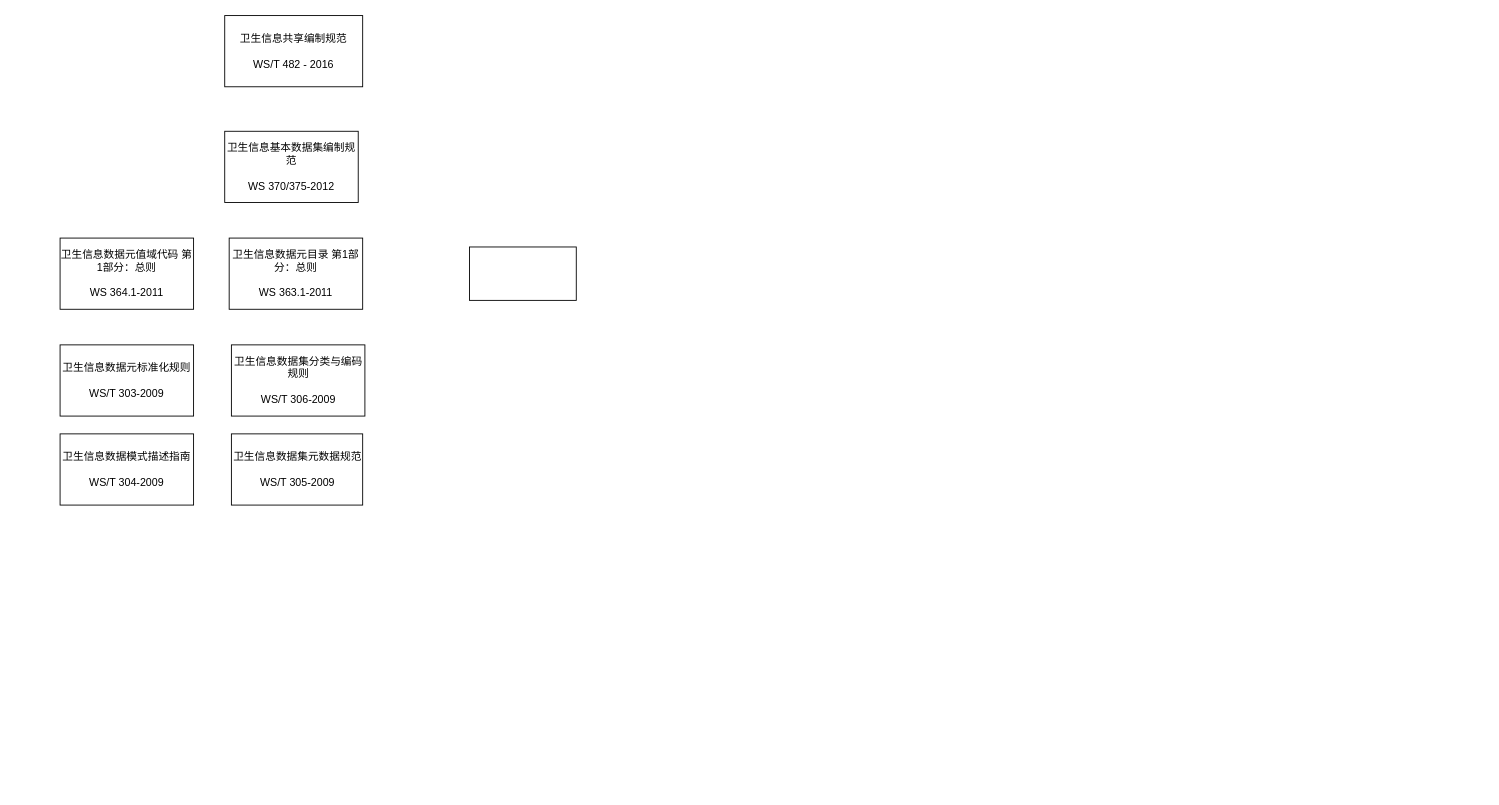
This is page "数据规范梳理" (2 of 2) of healthCloud.drawio from lzdong0714/note, a draw.io file, before an edit. Source tidied: cells renumbered, new cells numbered last; positions are measured from the earlier drawing's top-left corner, leaving out a move shared by most shapes. Both pictures are drawn from the tidied source at 89%, with x=0, y=0 at pixel (60, 15).
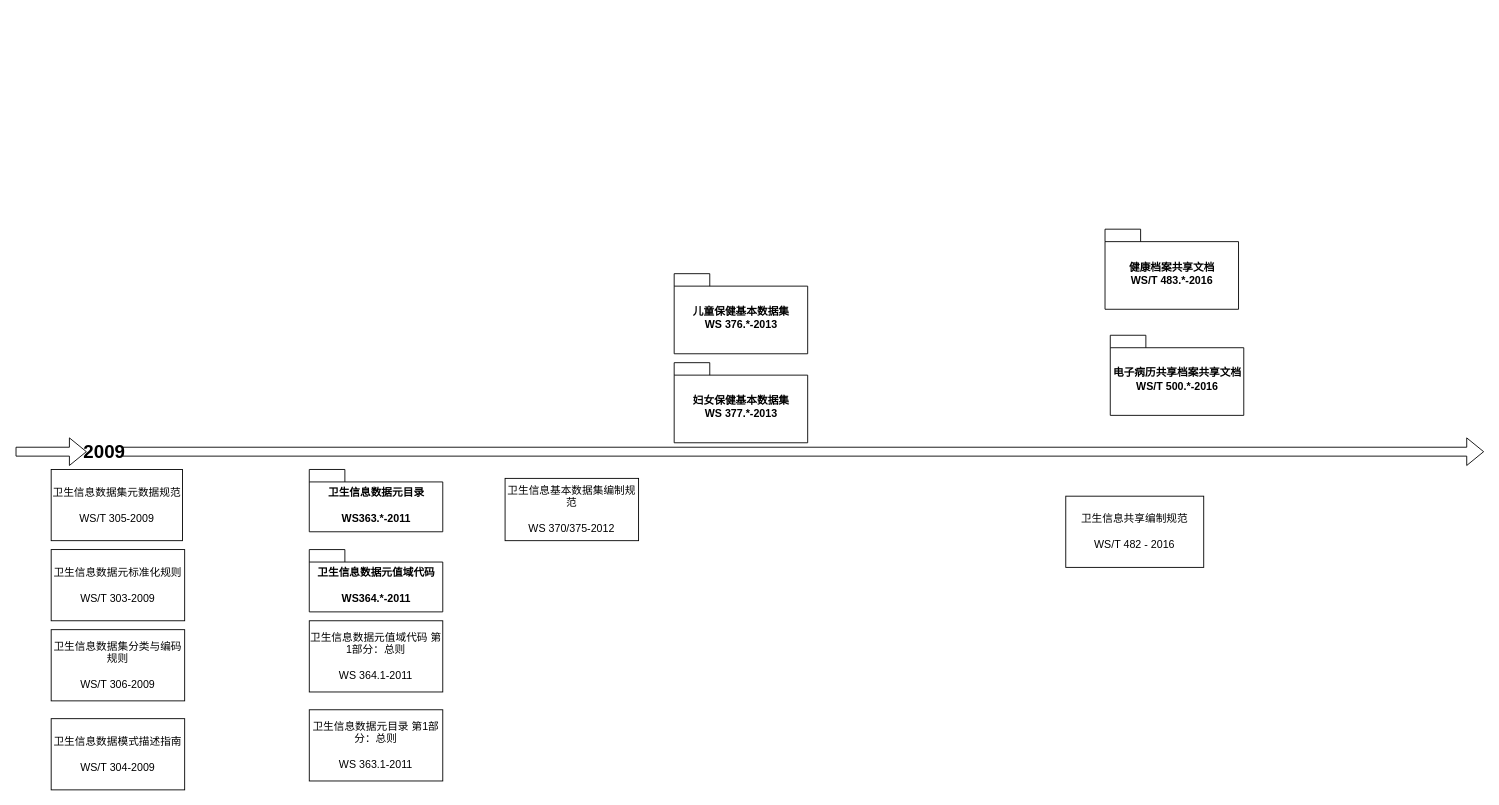
After the change.

Diff of the diagram source:
```diff
@@
     <mxCell id="2" value="卫生信息共享编制规范&lt;br&gt;&lt;br&gt;&lt;span style=&quot;text-align: left ; white-space: nowrap&quot;&gt;WS/T 482 - 2016&lt;/span&gt;" style="rounded=0;whiteSpace=wrap;html=1;" parent="1" vertex="1">
-      <mxGeometry x="185" width="155" height="80" as="geometry" />
+      <mxGeometry x="1130" y="540" width="155" height="80" as="geometry" />
     </mxCell>
     <mxCell id="3" value="卫生信息数据元标准化规则&lt;br&gt;&lt;br&gt;WS/T 303-2009&lt;br&gt;" style="rounded=0;whiteSpace=wrap;html=1;" parent="1" vertex="1">
-      <mxGeometry y="370" width="150" height="80" as="geometry" />
+      <mxGeometry x="-10" y="600" width="150" height="80" as="geometry" />
     </mxCell>
     <mxCell id="4" value="卫生信息数据集分类与编码规则&lt;br&gt;&lt;br&gt;WS/T 306-2009&lt;br&gt;" style="rounded=0;whiteSpace=wrap;html=1;" parent="1" vertex="1">
-      <mxGeometry x="192.5" y="370" width="150" height="80" as="geometry" />
+      <mxGeometry x="-10" y="690" width="150" height="80" as="geometry" />
     </mxCell>
     <mxCell id="5" value="卫生信息数据模式描述指南&lt;br&gt;&lt;br&gt;WS/T 304-2009&lt;br&gt;" style="rounded=0;whiteSpace=wrap;html=1;" parent="1" vertex="1">
-      <mxGeometry y="470" width="150" height="80" as="geometry" />
+      <mxGeometry x="-10" y="790" width="150" height="80" as="geometry" />
     </mxCell>
     <mxCell id="6" value="卫生信息数据集元数据规范&lt;br&gt;&lt;br&gt;WS/T 305-2009" style="rounded=0;whiteSpace=wrap;html=1;" parent="1" vertex="1">
-      <mxGeometry x="192.5" y="470" width="147.5" height="80" as="geometry" />
+      <mxGeometry x="-10" y="510" width="147.5" height="80" as="geometry" />
     </mxCell>
     <mxCell id="7" value="卫生信息数据元值域代码 第1部分：总则&lt;br&gt;&lt;br&gt;WS 364.1-2011" style="rounded=0;whiteSpace=wrap;html=1;" parent="1" vertex="1">
-      <mxGeometry y="250" width="150" height="80" as="geometry" />
+      <mxGeometry x="280" y="680" width="150" height="80" as="geometry" />
     </mxCell>
     <mxCell id="8" value="卫生信息数据元目录 第1部分：总则&lt;br&gt;&lt;br&gt;WS 363.1-2011" style="rounded=0;whiteSpace=wrap;html=1;" parent="1" vertex="1">
-      <mxGeometry x="190" y="250" width="150" height="80" as="geometry" />
+      <mxGeometry x="280" y="780" width="150" height="80" as="geometry" />
     </mxCell>
     <mxCell id="9" value="卫生信息基本数据集编制规范&lt;br&gt;&lt;br&gt;WS 370/375-2012" style="rounded=0;whiteSpace=wrap;html=1;" parent="1" vertex="1">
-      <mxGeometry x="185" y="130" width="150" height="80" as="geometry" />
+      <mxGeometry x="500" y="520" width="150" height="70" as="geometry" />
     </mxCell>
-    <mxCell id="10" style="rounded=0;whiteSpace=wrap;html=1;" parent="1" vertex="1">
-      <mxGeometry x="460" y="260" width="120" height="60" as="geometry" />
-    </mxCell>
+    <mxCell id="11" value="卫生信息数据元值域代码&lt;br&gt;&lt;br&gt;WS364.*-2011" style="shape=folder;fontStyle=1;spacingTop=10;tabWidth=40;tabHeight=14;tabPosition=left;html=1;" parent="1" vertex="1">
+      <mxGeometry x="280" y="600" width="150" height="70" as="geometry" />
+    </mxCell>
+    <mxCell id="12" value="卫生信息数据元目录&lt;br&gt;&lt;br&gt;WS363.*-2011" style="shape=folder;fontStyle=1;spacingTop=10;tabWidth=40;tabHeight=14;tabPosition=left;html=1;" parent="1" vertex="1">
+      <mxGeometry x="280" y="510" width="150" height="70" as="geometry" />
+    </mxCell>
+    <mxCell id="13" value="健康档案共享文档&lt;br&gt;WS/T 483.*-2016" style="shape=folder;fontStyle=1;spacingTop=10;tabWidth=40;tabHeight=14;tabPosition=left;html=1;" parent="1" vertex="1">
+      <mxGeometry x="1174.1" y="240" width="150" height="90" as="geometry" />
+    </mxCell>
+    <mxCell id="14" value="妇女保健基本数据集&lt;br&gt;WS 377.*-2013" style="shape=folder;fontStyle=1;spacingTop=10;tabWidth=40;tabHeight=14;tabPosition=left;html=1;" parent="1" vertex="1">
+      <mxGeometry x="690" y="390" width="150" height="90" as="geometry" />
+    </mxCell>
+    <mxCell id="15" value="儿童保健基本数据集&lt;br&gt;WS 376.*-2013" style="shape=folder;fontStyle=1;spacingTop=10;tabWidth=40;tabHeight=14;tabPosition=left;html=1;" parent="1" vertex="1">
+      <mxGeometry x="690" y="290" width="150" height="90" as="geometry" />
+    </mxCell>
+    <mxCell id="16" value="电子病历共享档案共享文档&lt;br&gt;WS/T 500.*-2016" style="shape=folder;fontStyle=1;spacingTop=10;tabWidth=40;tabHeight=14;tabPosition=left;html=1;" parent="1" vertex="1">
+      <mxGeometry x="1180" y="359.2" width="150" height="90" as="geometry" />
+    </mxCell>
+    <mxCell id="17" style="shape=flexArrow;endArrow=classic;html=1;" parent="1" edge="1" source="18">
+      <mxGeometry relative="1" as="geometry">
+        <mxPoint x="1600" y="490" as="targetPoint" />
+      </mxGeometry>
+    </mxCell>
+    <mxCell id="18" value="&lt;font style=&quot;font-size: 21px&quot;&gt;&lt;b&gt;2009&lt;/b&gt;&lt;/font&gt;" style="text;html=1;strokeColor=none;fillColor=none;align=center;verticalAlign=middle;whiteSpace=wrap;rounded=0;" parent="1" vertex="1">
+      <mxGeometry x="30" y="480" width="40" height="20" as="geometry" />
+    </mxCell>
+    <mxCell id="19" style="shape=flexArrow;endArrow=classic;html=1;" parent="1" edge="1" target="18">
+      <mxGeometry relative="1" as="geometry">
+        <mxPoint x="-50" y="490" as="sourcePoint" />
+      </mxGeometry>
+    </mxCell>
```
